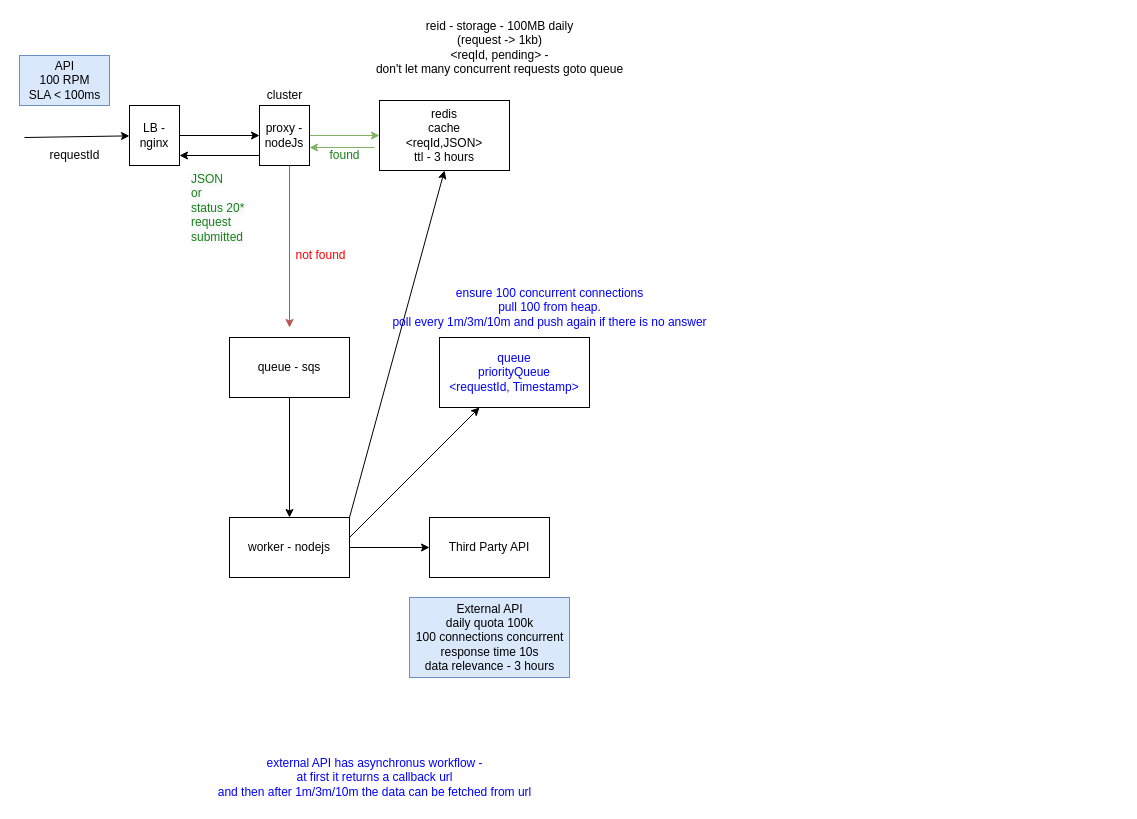
ronib/Learn keeps this draw.io diagram as system design - api rps.drawio. Above is the earlier version. Source tidied: cells renumbered, new cells numbered last; positions are measured from the earlier drawing's top-left corner, leaving out a move shared by most shapes. Both pictures are drawn from the tidied source at 100%, with x=0, y=0 at pixel (19, 17).
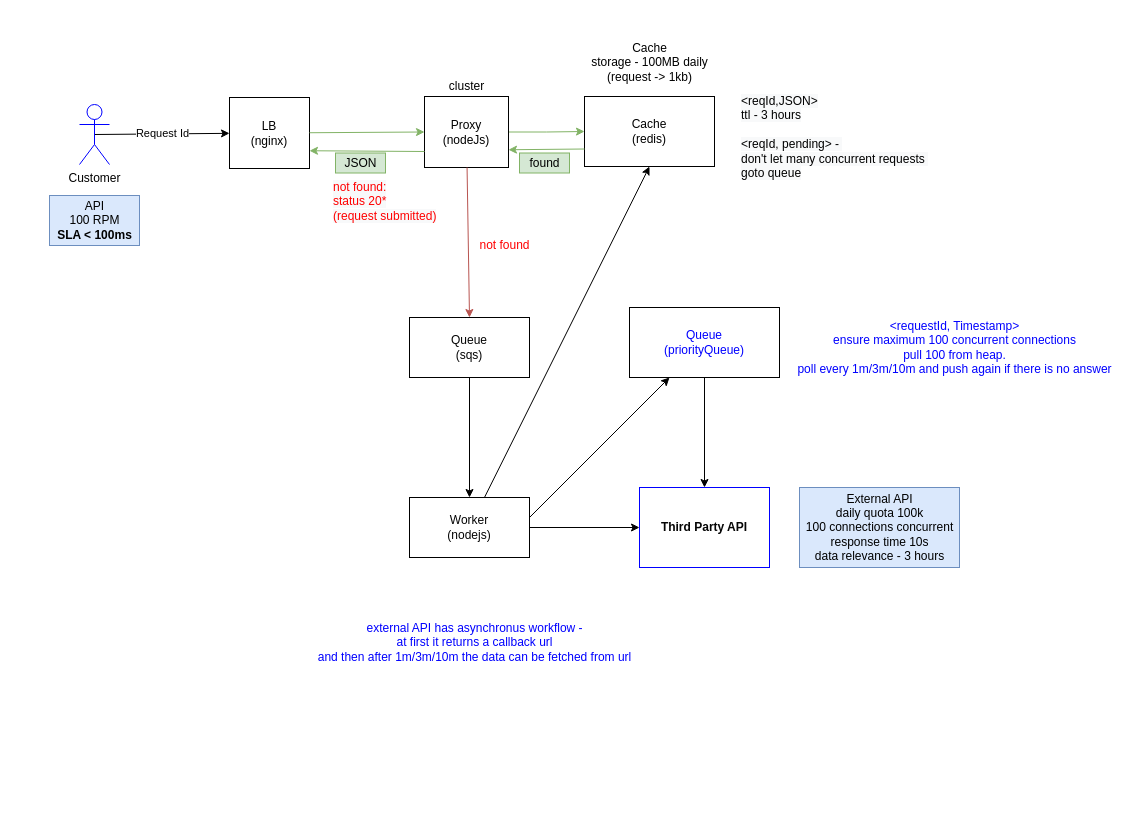
After the change.

What changed in the source:
```diff
@@
     <mxCell id="2" value="External API&lt;br&gt;daily quota 100k&lt;br&gt;100 connections concurrent&lt;br&gt;response time 10s&lt;br&gt;data relevance - 3 hours" style="text;html=1;align=center;verticalAlign=middle;fillColor=#dae8fc;strokeColor=#6c8ebf;" parent="1" vertex="1">
-      <mxGeometry x="390" y="580" width="160" height="80" as="geometry" />
+      <mxGeometry x="780" y="470" width="160" height="80" as="geometry" />
     </mxCell>
-    <mxCell id="3" value="API&lt;br&gt;100 RPM&lt;br&gt;SLA &amp;lt; 100ms" style="text;html=1;align=center;verticalAlign=middle;fillColor=#dae8fc;strokeColor=#6c8ebf;" parent="1" vertex="1">
-      <mxGeometry y="38" width="90" height="50" as="geometry" />
+    <mxCell id="3" value="API&lt;br&gt;100 RPM&lt;br&gt;&lt;b&gt;SLA &amp;lt; 100ms&lt;/b&gt;" style="text;html=1;align=center;verticalAlign=middle;fillColor=#dae8fc;strokeColor=#6c8ebf;" parent="1" vertex="1">
+      <mxGeometry x="30" y="178" width="90" height="50" as="geometry" />
     </mxCell>
-    <mxCell id="4" style="endArrow=classic;html=1;" parent="1" edge="1" target="6">
-      <mxGeometry relative="1" as="geometry">
-        <mxPoint x="5" y="120" as="sourcePoint" />
-      </mxGeometry>
+    <mxCell id="4" value="Request Id" style="endArrow=classic;html=1;exitX=0.5;exitY=0.5;exitDx=0;exitDy=0;exitPerimeter=0;" parent="1" edge="1" source="30" target="6">
+      <mxGeometry relative="1" as="geometry" />
     </mxCell>
-    <mxCell id="5" style="edgeStyle=orthogonalEdgeStyle;rounded=0;jettySize=auto;html=1;" parent="1" edge="1" source="6" target="8">
-      <mxGeometry relative="1" as="geometry" />
-    </mxCell>
-    <mxCell id="6" value="LB - nginx" style="rounded=0;whiteSpace=wrap;html=1;" parent="1" vertex="1">
-      <mxGeometry x="110" y="88" width="50" height="60" as="geometry" />
+    <mxCell id="6" value="LB&lt;br&gt;(nginx)" style="rounded=0;whiteSpace=wrap;html=1;" parent="1" vertex="1">
+      <mxGeometry x="210" y="80" width="80" height="71" as="geometry" />
     </mxCell>
@@
-    <mxCell id="8" value="proxy - nodeJs" style="rounded=0;whiteSpace=wrap;html=1;" parent="1" vertex="1">
-      <mxGeometry x="240" y="88" width="50" height="60" as="geometry" />
+    <mxCell id="8" value="Proxy&lt;br&gt;(nodeJs)" style="rounded=0;whiteSpace=wrap;html=1;" parent="1" vertex="1">
+      <mxGeometry x="405" y="79" width="84" height="71" as="geometry" />
     </mxCell>
-    <mxCell id="9" value="redis&lt;br&gt;cache&lt;br&gt;&amp;lt;reqId,JSON&amp;gt;&lt;br&gt;ttl - 3 hours&lt;br&gt;" style="rounded=0;whiteSpace=wrap;html=1;" parent="1" vertex="1">
-      <mxGeometry x="360" y="83" width="130" height="70" as="geometry" />
+    <mxCell id="9" value="Cache&lt;br&gt;(redis)&lt;br&gt;" style="rounded=0;whiteSpace=wrap;html=1;" parent="1" vertex="1">
+      <mxGeometry x="565" y="79" width="130" height="70" as="geometry" />
     </mxCell>
     <mxCell id="10" value="cluster" style="text;html=1;align=center;verticalAlign=middle;" parent="1" vertex="1">
-      <mxGeometry x="240" y="68" width="50" height="20" as="geometry" />
+      <mxGeometry x="422" y="59" width="50" height="20" as="geometry" />
     </mxCell>
-    <mxCell id="11" style="endArrow=classic;html=1;fillColor=#d5e8d4;strokeColor=#82b366;" parent="1" edge="1">
-      <mxGeometry relative="1" as="geometry">
-        <mxPoint x="355" y="130" as="sourcePoint" />
-        <mxPoint x="290" y="130" as="targetPoint" />
-      </mxGeometry>
-    </mxCell>
-    <mxCell id="12" value="found" style="text;html=1;align=center;verticalAlign=middle;fontColor=#198019;" parent="1" vertex="1">
-      <mxGeometry x="300" y="128" width="50" height="20" as="geometry" />
+    <mxCell id="12" value="found" style="text;html=1;align=center;verticalAlign=middle;fillColor=#d5e8d4;strokeColor=#82b366;" parent="1" vertex="1">
+      <mxGeometry x="500" y="135.5" width="50" height="20" as="geometry" />
     </mxCell>
-    <mxCell id="13" style="endArrow=classic;html=1;fontColor=#198019;fillColor=#f8cecc;strokeColor=#b85450;" parent="1" edge="1">
-      <mxGeometry relative="1" as="geometry">
-        <mxPoint x="270" y="148" as="sourcePoint" />
-        <mxPoint x="270" y="310" as="targetPoint" />
-      </mxGeometry>
+    <mxCell id="13" style="endArrow=classic;html=1;fontColor=#198019;fillColor=#f8cecc;strokeColor=#b85450;entryX=0.5;entryY=0;entryDx=0;entryDy=0;" parent="1" edge="1" source="8" target="16">
+      <mxGeometry relative="1" as="geometry" />
     </mxCell>
     <mxCell id="14" value="not found" style="text;html=1;align=center;verticalAlign=middle;fontColor=#FF0000;" parent="1" vertex="1">
-      <mxGeometry x="266" y="228" width="70" height="20" as="geometry" />
+      <mxGeometry x="450" y="217.5" width="70" height="20" as="geometry" />
     </mxCell>
-    <mxCell id="15" value="&lt;font color=&quot;#050505&quot;&gt;requestId&lt;/font&gt;" style="text;html=1;align=center;verticalAlign=middle;fontColor=#FF0000;" parent="1" vertex="1">
-      <mxGeometry x="20" y="128" width="70" height="20" as="geometry" />
-    </mxCell>
-    <mxCell id="16" value="&lt;font color=&quot;#050505&quot;&gt;queue - sqs&lt;/font&gt;" style="rounded=0;whiteSpace=wrap;html=1;fontColor=#FF0000;" parent="1" vertex="1">
-      <mxGeometry x="210" y="320" width="120" height="60" as="geometry" />
+    <mxCell id="16" value="&lt;font color=&quot;#050505&quot;&gt;Queue&lt;br&gt;(sqs)&lt;/font&gt;" style="rounded=0;whiteSpace=wrap;html=1;fontColor=#FF0000;" parent="1" vertex="1">
+      <mxGeometry x="390" y="300" width="120" height="60" as="geometry" />
     </mxCell>
     <mxCell id="17" style="endArrow=classic;html=1;fontColor=#FF0000;exitX=0.5;exitY=1;exitDx=0;exitDy=0;" parent="1" edge="1" source="16">
       <mxGeometry relative="1" as="geometry">
-        <mxPoint x="270" y="500" as="targetPoint" />
+        <mxPoint x="450" y="480" as="targetPoint" />
       </mxGeometry>
     </mxCell>
@@
-    <mxCell id="19" value="&lt;font color=&quot;#050505&quot;&gt;worker - nodejs&lt;/font&gt;" style="rounded=0;whiteSpace=wrap;html=1;fontColor=#FF0000;" parent="1" vertex="1">
-      <mxGeometry x="210" y="500" width="120" height="60" as="geometry" />
+    <mxCell id="19" value="&lt;font color=&quot;#050505&quot;&gt;Worker &lt;br&gt;(nodejs)&lt;/font&gt;" style="rounded=0;whiteSpace=wrap;html=1;fontColor=#FF0000;" parent="1" vertex="1">
+      <mxGeometry x="390" y="480" width="120" height="60" as="geometry" />
     </mxCell>
-    <mxCell id="20" value="&lt;font color=&quot;#050505&quot;&gt;Third Party API&lt;/font&gt;" style="rounded=0;whiteSpace=wrap;html=1;fontColor=#FF0000;" parent="1" vertex="1">
-      <mxGeometry x="410" y="500" width="120" height="60" as="geometry" />
+    <mxCell id="20" value="&lt;font color=&quot;#050505&quot;&gt;Third Party API&lt;/font&gt;" style="rounded=0;whiteSpace=wrap;html=1;fontColor=#FF0000;strokeColor=#0000FF;fontStyle=1;" parent="1" vertex="1">
+      <mxGeometry x="620" y="470" width="130" height="80" as="geometry" />
     </mxCell>
-    <mxCell id="21" style="endArrow=classic;html=1;fontColor=#FF0000;" parent="1" edge="1">
+    <mxCell id="21" style="endArrow=classic;html=1;fontColor=#FF0000;entryX=1;entryY=0.75;entryDx=0;entryDy=0;fillColor=#d5e8d4;strokeColor=#82b366;" parent="1" edge="1" target="6">
       <mxGeometry relative="1" as="geometry">
-        <mxPoint x="240" y="138" as="sourcePoint" />
-        <mxPoint x="160" y="138" as="targetPoint" />
+        <mxPoint x="405" y="134" as="sourcePoint" />
       </mxGeometry>
     </mxCell>
-    <mxCell id="22" value="&lt;span style=&quot;color: rgb(25 , 128 , 25) ; font-family: &amp;#34;helvetica&amp;#34; ; font-size: 12px ; font-style: normal ; font-weight: 400 ; letter-spacing: normal ; text-align: center ; text-indent: 0px ; text-transform: none ; word-spacing: 0px ; background-color: rgb(248 , 249 , 250) ; float: none ; display: inline&quot;&gt;JSON &lt;br&gt;or &lt;br&gt;status 20* request submitted&lt;/span&gt;" style="text;whiteSpace=wrap;html=1;fontColor=#FF0000;" parent="1" vertex="1">
-      <mxGeometry x="170" y="148" width="60" height="30" as="geometry" />
-    </mxCell>
-    <mxCell id="23" value="&lt;span style=&quot;color: rgb(0 , 0 , 0)&quot;&gt;reid - storage - 100MB daily &lt;br&gt;(request -&amp;gt; 1kb)&lt;/span&gt;&lt;br style=&quot;color: rgb(0 , 0 , 0)&quot;&gt;&lt;span style=&quot;color: rgb(0 , 0 , 0)&quot;&gt;&amp;lt;reqId, pending&amp;gt; - &lt;br&gt;don't let many concurrent requests goto queue&lt;/span&gt;" style="text;html=1;align=center;verticalAlign=middle;fontColor=#FF0000;" parent="1" vertex="1">
-      <mxGeometry x="350" width="260" height="60" as="geometry" />
+    <mxCell id="23" value="&lt;span style=&quot;color: rgb(0 , 0 , 0)&quot;&gt;Cache&lt;br&gt;storage - 100MB daily &lt;br&gt;(request -&amp;gt; 1kb)&lt;/span&gt;&lt;br style=&quot;color: rgb(0 , 0 , 0)&quot;&gt;" style="text;html=1;align=center;verticalAlign=middle;fontColor=#FF0000;" parent="1" vertex="1">
+      <mxGeometry x="565" y="20" width="130" height="50" as="geometry" />
     </mxCell>
-    <mxCell id="24" style="endArrow=classic;html=1;fontColor=#FF0000;entryX=0.5;entryY=1;entryDx=0;entryDy=0;" parent="1" edge="1" target="9">
-      <mxGeometry relative="1" as="geometry">
-        <mxPoint x="330" y="500" as="sourcePoint" />
-      </mxGeometry>
+    <mxCell id="24" style="endArrow=classic;html=1;fontColor=#FF0000;entryX=0.5;entryY=1;entryDx=0;entryDy=0;" parent="1" edge="1" source="19" target="9">
+      <mxGeometry relative="1" as="geometry" />
     </mxCell>
     <mxCell id="25" style="endArrow=classic;html=1;fontColor=#FF0000;" parent="1" edge="1" target="26">
       <mxGeometry relative="1" as="geometry">
-        <mxPoint x="330" y="520" as="sourcePoint" />
+        <mxPoint x="510" y="500" as="sourcePoint" />
       </mxGeometry>
     </mxCell>
+    <mxCell id="29" style="edgeStyle=orthogonalEdgeStyle;rounded=0;jettySize=auto;html=1;entryX=0.5;entryY=0;entryDx=0;entryDy=0;" parent="1" edge="1" source="26" target="20">
+      <mxGeometry relative="1" as="geometry" />
+    </mxCell>
-    <mxCell id="26" value="queue&lt;br&gt;priorityQueue&lt;br&gt;&amp;lt;requestId, Timestamp&amp;gt;" style="rounded=0;whiteSpace=wrap;html=1;fontColor=#0000FF;" parent="1" vertex="1">
-      <mxGeometry x="420" y="320" width="150" height="70" as="geometry" />
+    <mxCell id="26" value="Queue&lt;br&gt;(priorityQueue)&lt;br&gt;" style="rounded=0;whiteSpace=wrap;html=1;fontColor=#0000FF;" parent="1" vertex="1">
+      <mxGeometry x="610" y="290" width="150" height="70" as="geometry" />
     </mxCell>
-    <mxCell id="27" value="&lt;font color=&quot;#0000ff&quot;&gt;ensure 100 concurrent connections&lt;br&gt;pull 100 from heap.&lt;br&gt;poll every 1m/3m/10m and push again if there is no answer&lt;/font&gt;" style="text;html=1;align=center;verticalAlign=middle;fontColor=#FF0000;" parent="1" vertex="1">
-      <mxGeometry x="365" y="265" width="330" height="50" as="geometry" />
+    <mxCell id="27" value="&lt;span style=&quot;color: rgb(0 , 0 , 255)&quot;&gt;&amp;lt;requestId, Timestamp&amp;gt;&lt;br&gt;&lt;/span&gt;&lt;font color=&quot;#0000ff&quot;&gt;ensure maximum 100 concurrent connections&lt;br&gt;pull 100 from heap.&lt;br&gt;poll every 1m/3m/10m and push again if there is no answer&lt;/font&gt;" style="text;html=1;align=center;verticalAlign=middle;fontColor=#FF0000;" parent="1" vertex="1">
+      <mxGeometry x="770" y="300" width="330" height="60" as="geometry" />
     </mxCell>
     <mxCell id="28" value="external API has asynchronus workflow -&lt;br&gt;at first it returns a callback url &lt;br&gt;and then after 1m/3m/10m the data can be fetched from url" style="text;html=1;align=center;verticalAlign=middle;fontColor=#0000FF;" parent="1" vertex="1">
-      <mxGeometry x="190" y="735" width="330" height="50" as="geometry" />
+      <mxGeometry x="290" y="600" width="330" height="50" as="geometry" />
     </mxCell>
+    <mxCell id="30" value="Customer" style="shape=umlActor;verticalLabelPosition=bottom;labelBackgroundColor=#ffffff;verticalAlign=top;html=1;outlineConnect=0;strokeColor=#0000FF;" parent="1" vertex="1">
+      <mxGeometry x="60" y="87" width="30" height="60" as="geometry" />
+    </mxCell>
+    <mxCell id="5" style="endArrow=classic;html=1;entryX=0;entryY=0.5;entryDx=0;entryDy=0;fillColor=#d5e8d4;strokeColor=#82b366;" parent="1" edge="1" source="6" target="8">
+      <mxGeometry relative="1" as="geometry" />
+    </mxCell>
+    <mxCell id="31" value="&lt;span style=&quot;color: rgb(0 , 0 , 0) ; font-family: &amp;#34;helvetica&amp;#34; ; font-size: 12px ; font-style: normal ; font-weight: 400 ; letter-spacing: normal ; text-align: center ; text-indent: 0px ; text-transform: none ; word-spacing: 0px ; background-color: rgb(248 , 249 , 250) ; display: inline ; float: none&quot;&gt;&amp;lt;reqId,JSON&amp;gt;&lt;/span&gt;&lt;br style=&quot;color: rgb(0 , 0 , 0) ; font-family: &amp;#34;helvetica&amp;#34; ; font-size: 12px ; font-style: normal ; font-weight: 400 ; letter-spacing: normal ; text-align: center ; text-indent: 0px ; text-transform: none ; word-spacing: 0px ; background-color: rgb(248 , 249 , 250)&quot;&gt;&lt;span style=&quot;color: rgb(0 , 0 , 0) ; font-family: &amp;#34;helvetica&amp;#34; ; font-size: 12px ; font-style: normal ; font-weight: 400 ; letter-spacing: normal ; text-align: center ; text-indent: 0px ; text-transform: none ; word-spacing: 0px ; background-color: rgb(248 , 249 , 250) ; display: inline ; float: none&quot;&gt;ttl - 3 hours&lt;br&gt;&lt;span style=&quot;font-family: &amp;#34;helvetica&amp;#34;&quot;&gt;&lt;br&gt;&amp;lt;reqId, pending&amp;gt; -&amp;nbsp;&lt;/span&gt;&lt;br style=&quot;font-family: &amp;#34;helvetica&amp;#34;&quot;&gt;&lt;span style=&quot;font-family: &amp;#34;helvetica&amp;#34;&quot;&gt;don't let many concurrent requests&amp;nbsp;&lt;/span&gt;&lt;br style=&quot;font-family: &amp;#34;helvetica&amp;#34;&quot;&gt;&lt;span style=&quot;font-family: &amp;#34;helvetica&amp;#34;&quot;&gt;goto queue&lt;/span&gt;&lt;br&gt;&lt;/span&gt;" style="text;whiteSpace=wrap;html=1;" parent="1" vertex="1">
+      <mxGeometry x="720" y="70" width="210" height="94.5" as="geometry" />
+    </mxCell>
+    <mxCell id="32" style="endArrow=classic;html=1;fontColor=#FF0000;entryX=1;entryY=0.75;entryDx=0;entryDy=0;exitX=0;exitY=0.75;exitDx=0;exitDy=0;fillColor=#d5e8d4;strokeColor=#82b366;" parent="1" edge="1" source="9" target="8">
+      <mxGeometry relative="1" as="geometry" />
+    </mxCell>
+    <mxCell id="33" value="&lt;span style=&quot;font-family: &amp;#34;helvetica&amp;#34; ; font-size: 12px ; font-style: normal ; font-weight: 400 ; letter-spacing: normal ; text-align: center ; text-indent: 0px ; text-transform: none ; word-spacing: 0px ; background-color: rgb(248 , 249 , 250) ; float: none ; display: inline&quot;&gt;not found: &lt;br&gt;status 20* &lt;br&gt;(request submitted)&lt;/span&gt;" style="text;whiteSpace=wrap;html=1;fontColor=#FF0000;" parent="1" vertex="1">
+      <mxGeometry x="312" y="155.5" width="110" height="62" as="geometry" />
+    </mxCell>
+    <mxCell id="34" value="JSON" style="text;html=1;align=center;verticalAlign=middle;fillColor=#d5e8d4;strokeColor=#82b366;" parent="1" vertex="1">
+      <mxGeometry x="316" y="135.5" width="50" height="20" as="geometry" />
+    </mxCell>
```
